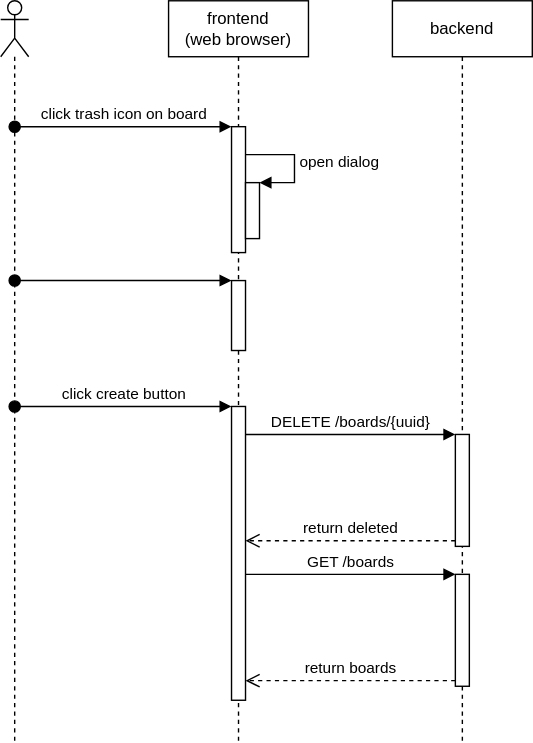
Earlier version of the draw.io export design/architecture/board_remove.drawio.svg (nihiyama/todo-app-demo). Source tidied: cells renumbered, new cells last; positions are measured from the earlier drawing's top-left corner, leaving out a move shared by most shapes.
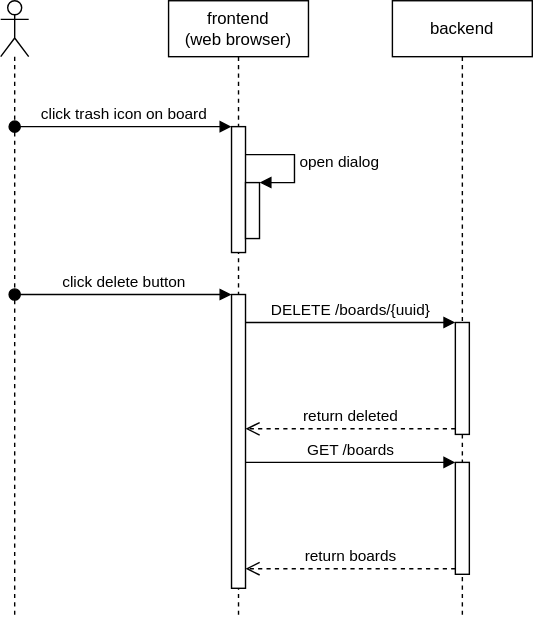
Above is the later version.

What changed in the source:
```diff
@@ -3,21 +3,13 @@
     <mxCell id="0" />
     <mxCell id="1" parent="0" />
     <mxCell id="2" value="frontend&lt;br&gt;(web browser)" style="shape=umlLifeline;perimeter=lifelinePerimeter;whiteSpace=wrap;html=1;" parent="1" vertex="1">
-      <mxGeometry x="120" width="100" height="530" as="geometry" />
+      <mxGeometry x="120" width="100" height="440" as="geometry" />
     </mxCell>
-    <mxCell id="3" style="html=1;points=[];perimeter=orthogonalPerimeter;" parent="2" vertex="1">
-      <mxGeometry x="45" y="200" width="10" height="50" as="geometry" />
-    </mxCell>
-    <mxCell id="4" style="html=1;verticalAlign=bottom;startArrow=oval;endArrow=block;startSize=8;" parent="2" edge="1" target="3">
-      <mxGeometry relative="1" as="geometry">
-        <mxPoint x="-110" y="200" as="sourcePoint" />
-      </mxGeometry>
-    </mxCell>
     <mxCell id="5" value="backend" style="shape=umlLifeline;perimeter=lifelinePerimeter;whiteSpace=wrap;html=1;" parent="1" vertex="1">
-      <mxGeometry x="280" width="100" height="530" as="geometry" />
+      <mxGeometry x="280" width="100" height="440" as="geometry" />
     </mxCell>
     <mxCell id="6" style="shape=umlLifeline;participant=umlActor;perimeter=lifelinePerimeter;whiteSpace=wrap;html=1;verticalAlign=top;spacingTop=36;" parent="1" vertex="1">
-      <mxGeometry width="20" height="530" as="geometry" />
+      <mxGeometry width="20" height="440" as="geometry" />
     </mxCell>
     <mxCell id="7" style="html=1;points=[];perimeter=orthogonalPerimeter;" parent="1" vertex="1">
       <mxGeometry x="165" y="90" width="10" height="90" as="geometry" />
@@ -39,39 +31,39 @@
         </Array>
       </mxGeometry>
     </mxCell>
-    <mxCell id="11" value="click create button" style="html=1;verticalAlign=bottom;startArrow=oval;endArrow=block;startSize=8;" parent="1" edge="1">
+    <mxCell id="11" value="click delete&amp;nbsp;button" style="html=1;verticalAlign=bottom;startArrow=oval;endArrow=block;startSize=8;" parent="1" edge="1">
       <mxGeometry relative="1" as="geometry">
-        <mxPoint x="10" y="290" as="sourcePoint" />
-        <mxPoint x="165" y="290" as="targetPoint" />
+        <mxPoint x="10" y="210" as="sourcePoint" />
+        <mxPoint x="165" y="210" as="targetPoint" />
       </mxGeometry>
     </mxCell>
     <mxCell id="12" style="html=1;points=[];perimeter=orthogonalPerimeter;" parent="1" vertex="1">
-      <mxGeometry x="325" y="310" width="10" height="80" as="geometry" />
+      <mxGeometry x="325" y="230" width="10" height="80" as="geometry" />
     </mxCell>
     <mxCell id="13" value="DELETE /boards/{uuid}" style="html=1;verticalAlign=bottom;endArrow=block;entryX=0;entryY=0;" parent="1" edge="1" target="12">
       <mxGeometry relative="1" as="geometry">
-        <mxPoint x="175" y="310" as="sourcePoint" />
+        <mxPoint x="175" y="230" as="sourcePoint" />
       </mxGeometry>
     </mxCell>
     <mxCell id="14" value="return deleted" style="html=1;verticalAlign=bottom;endArrow=open;dashed=1;endSize=8;exitX=0;exitY=0.95;" parent="1" edge="1" source="12">
       <mxGeometry relative="1" as="geometry">
-        <mxPoint x="175" y="386" as="targetPoint" />
+        <mxPoint x="175" y="306" as="targetPoint" />
       </mxGeometry>
     </mxCell>
     <mxCell id="15" style="html=1;perimeter=orthogonalPerimeter;" parent="1" vertex="1">
-      <mxGeometry x="165" y="290" width="10" height="210" as="geometry" />
+      <mxGeometry x="165" y="210" width="10" height="210" as="geometry" />
     </mxCell>
     <mxCell id="16" style="html=1;points=[];perimeter=orthogonalPerimeter;" parent="1" vertex="1">
-      <mxGeometry x="325" y="410" width="10" height="80" as="geometry" />
+      <mxGeometry x="325" y="330" width="10" height="80" as="geometry" />
     </mxCell>
     <mxCell id="17" value="GET /boards" style="html=1;verticalAlign=bottom;endArrow=block;entryX=0;entryY=0;" parent="1" edge="1" target="16">
       <mxGeometry relative="1" as="geometry">
-        <mxPoint x="175" y="410" as="sourcePoint" />
+        <mxPoint x="175" y="330" as="sourcePoint" />
       </mxGeometry>
     </mxCell>
-    <mxCell id="18" value="return boards" style="html=1;verticalAlign=bottom;endArrow=open;dashed=1;endSize=8;exitX=0;exitY=0.95;" parent="1" edge="1" source="16">
+    <mxCell id="18" value="return boards" style="html=1;verticalAlign=bottom;endArrow=open;dashed=1;endSize=8;" parent="1" edge="1" source="16">
       <mxGeometry relative="1" as="geometry">
-        <mxPoint x="175" y="486" as="targetPoint" />
+        <mxPoint x="175" y="406" as="targetPoint" />
       </mxGeometry>
     </mxCell>
   </root>
```
